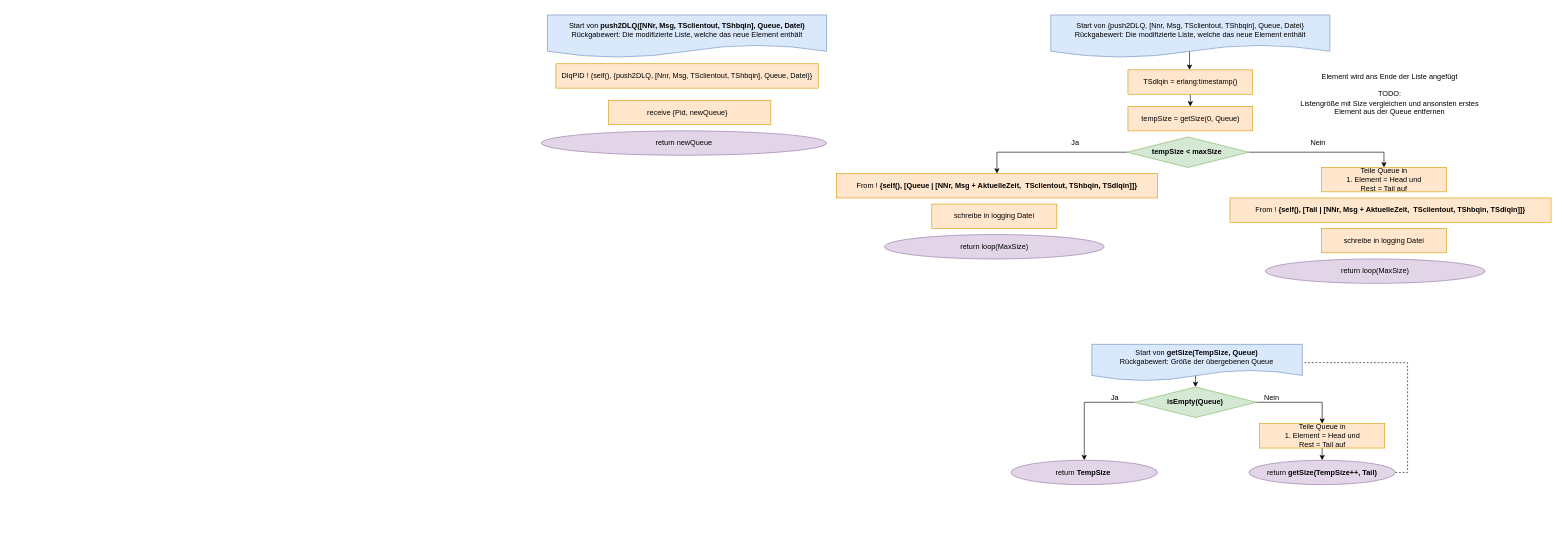
Earlier version of the draw.io diagram Grafiken:Bilder/draw.io/DLQ/4. push2DLQ.drawio (krisschaaf/Hausarbeit_Erlang_Queues). Source tidied: cells renumbered, new cells numbered last; positions are measured from the earlier drawing's top-left corner, leaving out a move shared by most shapes. Both pictures are drawn from the tidied source at 61%, with x=0, y=0 at pixel (541, 15).
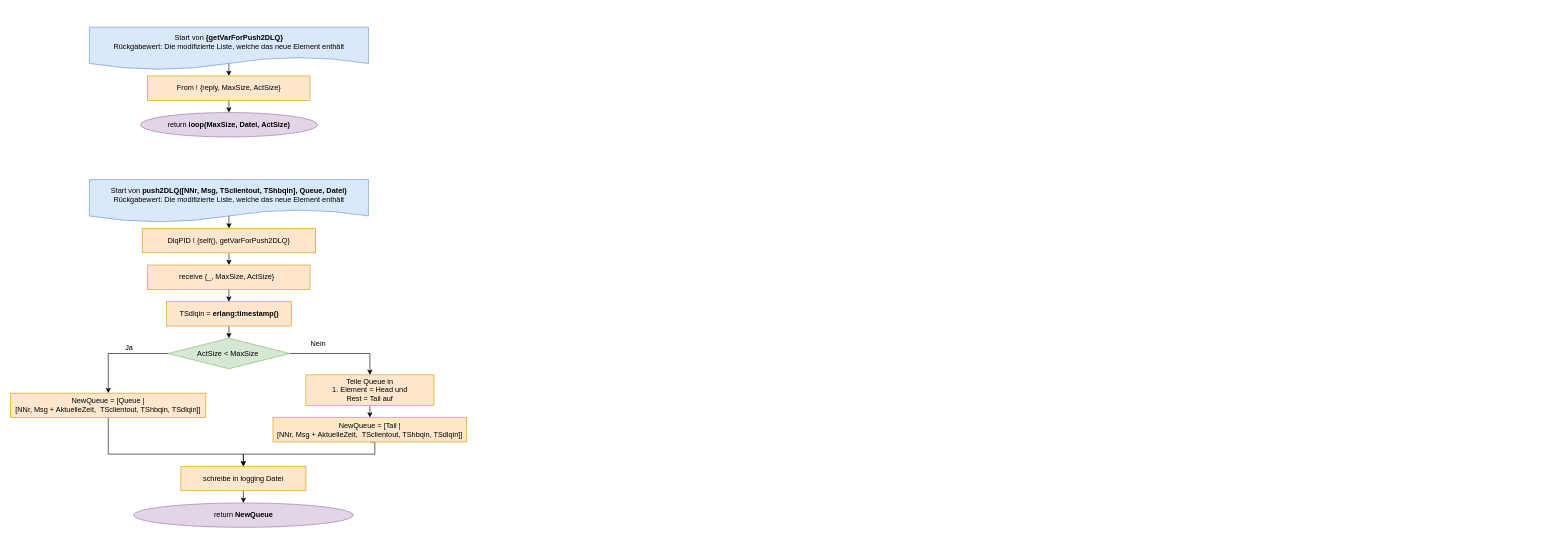
Above is the later version.

Change to the diagram source:
```diff
@@
-    <mxCell id="2" style="edgeStyle=orthogonalEdgeStyle;rounded=0;jettySize=auto;html=1;exitX=0.5;exitY=0;exitDx=0;exitDy=0;" parent="1" edge="1" source="3">
-      <mxGeometry relative="1" as="geometry">
-        <mxPoint x="1062.5" y="90" as="targetPoint" />
-        <Array as="points">
-          <mxPoint x="1062.7" y="10" />
-          <mxPoint x="1062.7" y="10" />
-        </Array>
-      </mxGeometry>
-    </mxCell>
+    <mxCell id="36" style="edgeStyle=orthogonalEdgeStyle;rounded=0;jettySize=auto;html=1;exitX=0.5;exitY=0;exitDx=0;exitDy=0;entryX=0.5;entryY=0;entryDx=0;entryDy=0;" parent="1" edge="1" source="3" target="46">
+      <mxGeometry relative="1" as="geometry">
+        <Array as="points">
+          <mxPoint x="-512" y="30" />
+          <mxPoint x="-512" y="30" />
+        </Array>
+      </mxGeometry>
+    </mxCell>
-    <mxCell id="3" value="Start von {push2DLQ, [Nnr, Msg, TSclientout, TShbqin], Queue, Datei}&lt;br&gt;Rückgabewert: Die modifizierte Liste, welche das neue Element enthält" style="shape=document;whiteSpace=wrap;html=1;boundedLbl=1;fillColor=#dae8fc;strokeColor=#6c8ebf;" parent="1" vertex="1">
-      <mxGeometry x="835.1" width="457.5" height="70" as="geometry" />
+    <mxCell id="3" value="Start von &lt;b&gt;{getVarForPush2DLQ}&lt;/b&gt;&lt;br&gt;Rückgabewert: Die modifizierte Liste, welche das neue Element enthält" style="shape=document;whiteSpace=wrap;html=1;boundedLbl=1;fillColor=#dae8fc;strokeColor=#6c8ebf;" parent="1" vertex="1">
+      <mxGeometry x="-741" y="20" width="457.5" height="70" as="geometry" />
     </mxCell>
-    <mxCell id="4" style="edgeStyle=orthogonalEdgeStyle;rounded=0;jettySize=auto;html=1;exitX=0.5;exitY=1;exitDx=0;exitDy=0;entryX=0.5;entryY=0;entryDx=0;entryDy=0;" parent="1" edge="1" source="5" target="20">
-      <mxGeometry relative="1" as="geometry" />
-    </mxCell>
+    <mxCell id="37" style="edgeStyle=orthogonalEdgeStyle;rounded=0;jettySize=auto;html=1;exitX=0.5;exitY=1;exitDx=0;exitDy=0;entryX=0.5;entryY=0;entryDx=0;entryDy=0;" parent="1" edge="1" source="5" target="24">
+      <mxGeometry relative="1" as="geometry" />
+    </mxCell>
-    <mxCell id="5" value="TSdlqin = erlang:timestamp()" style="rounded=0;whiteSpace=wrap;html=1;fillColor=#ffe6cc;strokeColor=#d79b00;" parent="1" vertex="1">
-      <mxGeometry x="961.6" y="90" width="204.5" height="40" as="geometry" />
+    <mxCell id="5" value="TSdlqin = &lt;b&gt;erlang:timestamp()&lt;/b&gt;" style="rounded=0;whiteSpace=wrap;html=1;fillColor=#ffe6cc;strokeColor=#d79b00;" parent="1" vertex="1">
+      <mxGeometry x="-614.5" y="470" width="204.5" height="40" as="geometry" />
     </mxCell>
-    <mxCell id="6" value="return loop(MaxSize)" style="ellipse;whiteSpace=wrap;html=1;rounded=0;fillColor=#e1d5e7;strokeColor=#9673a6;" parent="1" vertex="1">
-      <mxGeometry x="562.5" y="360" width="360" height="40" as="geometry" />
-    </mxCell>
-    <mxCell id="7" value="Element wird ans Ende der Liste angefügt&amp;nbsp;&lt;br&gt;&lt;br&gt;TODO:&amp;nbsp;&lt;br&gt;Listengröße mit Size vergleichen und ansonsten erstes&amp;nbsp;&lt;br&gt;Element aus der Queue entfernen&amp;nbsp;" style="text;html=1;align=center;verticalAlign=middle;strokeColor=none;fillColor=none;" parent="1" vertex="1">
-      <mxGeometry x="1237" y="90" width="310" height="80" as="geometry" />
-    </mxCell>
-    <mxCell id="8" style="edgeStyle=orthogonalEdgeStyle;rounded=0;jettySize=auto;html=1;exitX=0.5;exitY=1;exitDx=0;exitDy=0;entryX=0.5;entryY=0;entryDx=0;entryDy=0;" parent="1" edge="1" target="11">
-      <mxGeometry relative="1" as="geometry">
-        <mxPoint x="1070.8" y="590" as="sourcePoint" />
-      </mxGeometry>
-    </mxCell>
-    <mxCell id="9" style="edgeStyle=orthogonalEdgeStyle;rounded=0;jettySize=auto;html=1;exitX=1;exitY=0.5;exitDx=0;exitDy=0;entryX=0.5;entryY=0;entryDx=0;entryDy=0;" parent="1" edge="1" source="11" target="14">
-      <mxGeometry relative="1" as="geometry" />
-    </mxCell>
-    <mxCell id="10" style="edgeStyle=orthogonalEdgeStyle;rounded=0;jettySize=auto;html=1;exitX=0;exitY=0.5;exitDx=0;exitDy=0;entryX=0.5;entryY=0;entryDx=0;entryDy=0;" parent="1" edge="1" source="11" target="12">
-      <mxGeometry relative="1" as="geometry" />
-    </mxCell>
-    <mxCell id="11" value="isEmpty(Queue)" style="rhombus;whiteSpace=wrap;html=1;rounded=0;fillColor=#d5e8d4;strokeColor=#82b366;fontStyle=1;" parent="1" vertex="1">
-      <mxGeometry x="972.3" y="610" width="200" height="50" as="geometry" />
-    </mxCell>
-    <mxCell id="12" value="return &lt;b&gt;TempSize&amp;nbsp;&lt;/b&gt;" style="ellipse;whiteSpace=wrap;html=1;rounded=0;fillColor=#e1d5e7;strokeColor=#9673a6;" parent="1" vertex="1">
-      <mxGeometry x="770" y="730" width="240" height="40" as="geometry" />
-    </mxCell>
-    <mxCell id="13" style="edgeStyle=orthogonalEdgeStyle;rounded=0;jettySize=auto;html=1;exitX=0.5;exitY=1;exitDx=0;exitDy=0;entryX=0.5;entryY=0;entryDx=0;entryDy=0;" parent="1" edge="1" source="14" target="16">
-      <mxGeometry relative="1" as="geometry" />
-    </mxCell>
-    <mxCell id="14" value="Teile Queue in&lt;br&gt;1. Element = Head und&lt;br&gt;Rest = Tail auf" style="rounded=0;whiteSpace=wrap;html=1;fillColor=#ffe6cc;strokeColor=#d79b00;" parent="1" vertex="1">
-      <mxGeometry x="1177.5" y="670" width="205" height="40" as="geometry" />
-    </mxCell>
-    <mxCell id="15" style="edgeStyle=orthogonalEdgeStyle;rounded=0;jettySize=auto;html=1;exitX=1;exitY=0.5;exitDx=0;exitDy=0;entryX=1;entryY=0.5;entryDx=0;entryDy=0;dashed=1;endArrow=none;endFill=0;" parent="1" edge="1" source="16" target="19">
-      <mxGeometry relative="1" as="geometry" />
-    </mxCell>
-    <mxCell id="16" value="return &lt;b&gt;getSize(TempSize++, Tail)&lt;/b&gt;" style="ellipse;whiteSpace=wrap;html=1;rounded=0;fillColor=#e1d5e7;strokeColor=#9673a6;" parent="1" vertex="1">
-      <mxGeometry x="1160" y="730" width="240" height="40" as="geometry" />
-    </mxCell>
-    <mxCell id="17" value="Nein" style="text;html=1;align=center;verticalAlign=middle;strokeColor=none;fillColor=none;" parent="1" vertex="1">
-      <mxGeometry x="1177.4" y="618" width="40" height="20" as="geometry" />
-    </mxCell>
-    <mxCell id="18" value="Ja" style="text;html=1;align=center;verticalAlign=middle;strokeColor=none;fillColor=none;" parent="1" vertex="1">
-      <mxGeometry x="925.1" y="618" width="30" height="20" as="geometry" />
-    </mxCell>
-    <mxCell id="19" value="Start von &lt;b&gt;getSize(TempSize, Queue)&lt;/b&gt;&lt;br&gt;Rückgabewert: Größe der übergebenen Queue" style="shape=document;whiteSpace=wrap;html=1;boundedLbl=1;fillColor=#dae8fc;strokeColor=#6c8ebf;" parent="1" vertex="1">
-      <mxGeometry x="902.4" y="540" width="345.1" height="60" as="geometry" />
-    </mxCell>
-    <mxCell id="20" value="tempSize = getSize(0, Queue)" style="rounded=0;whiteSpace=wrap;html=1;fillColor=#ffe6cc;strokeColor=#d79b00;" parent="1" vertex="1">
-      <mxGeometry x="961.6" y="150" width="204.5" height="40" as="geometry" />
-    </mxCell>
+    <mxCell id="38" style="edgeStyle=orthogonalEdgeStyle;rounded=0;jettySize=auto;html=1;exitX=0.5;exitY=1;exitDx=0;exitDy=0;entryX=0.5;entryY=0;entryDx=0;entryDy=0;" parent="1" edge="1" source="21" target="33">
+      <mxGeometry relative="1" as="geometry" />
+    </mxCell>
     <mxCell id="21" value="Teile Queue in&lt;br&gt;1. Element = Head und&lt;br&gt;Rest = Tail auf" style="rounded=0;whiteSpace=wrap;html=1;fillColor=#ffe6cc;strokeColor=#d79b00;" parent="1" vertex="1">
-      <mxGeometry x="1278.8" y="250" width="205" height="40" as="geometry" />
+      <mxGeometry x="-386.1" y="590" width="210" height="50" as="geometry" />
     </mxCell>
@@
-    <mxCell id="24" value="tempSize &amp;lt; maxSize&amp;nbsp;" style="rhombus;whiteSpace=wrap;html=1;rounded=0;fillColor=#d5e8d4;strokeColor=#82b366;fontStyle=1;" parent="1" vertex="1">
-      <mxGeometry x="960" y="200" width="200" height="50" as="geometry" />
+    <mxCell id="24" value="&lt;span style=&quot;font-weight: normal&quot;&gt;ActSize &amp;lt; MaxSize&amp;nbsp;&lt;/span&gt;" style="rhombus;whiteSpace=wrap;html=1;rounded=0;fillColor=#d5e8d4;strokeColor=#82b366;fontStyle=1;" parent="1" vertex="1">
+      <mxGeometry x="-612.2" y="530" width="200" height="50" as="geometry" />
     </mxCell>
     <mxCell id="25" value="Ja" style="text;html=1;align=center;verticalAlign=middle;strokeColor=none;fillColor=none;" parent="1" vertex="1">
-      <mxGeometry x="860" y="200" width="30" height="20" as="geometry" />
+      <mxGeometry x="-691" y="535" width="30" height="20" as="geometry" />
     </mxCell>
     <mxCell id="26" value="Nein" style="text;html=1;align=center;verticalAlign=middle;strokeColor=none;fillColor=none;" parent="1" vertex="1">
-      <mxGeometry x="1252.6" y="200" width="40" height="20" as="geometry" />
+      <mxGeometry x="-386" y="530" width="40" height="20" as="geometry" />
     </mxCell>
+    <mxCell id="39" style="edgeStyle=orthogonalEdgeStyle;rounded=0;jettySize=auto;html=1;exitX=0.5;exitY=1;exitDx=0;exitDy=0;entryX=0.5;entryY=0;entryDx=0;entryDy=0;" parent="1" edge="1" source="27" target="34">
+      <mxGeometry relative="1" as="geometry" />
+    </mxCell>
     <mxCell id="27" value="schreibe in logging Datei" style="rounded=0;whiteSpace=wrap;html=1;fillColor=#ffe6cc;strokeColor=#d79b00;" parent="1" vertex="1">
-      <mxGeometry x="640" y="310" width="205" height="40" as="geometry" />
+      <mxGeometry x="-591" y="740" width="205" height="40" as="geometry" />
     </mxCell>
+    <mxCell id="40" style="edgeStyle=orthogonalEdgeStyle;rounded=0;jettySize=auto;html=1;exitX=0.5;exitY=0;exitDx=0;exitDy=0;entryX=0.5;entryY=0;entryDx=0;entryDy=0;" parent="1" edge="1" source="28" target="29">
+      <mxGeometry relative="1" as="geometry">
+        <Array as="points">
+          <mxPoint x="-512" y="280" />
+          <mxPoint x="-512" y="280" />
+        </Array>
+      </mxGeometry>
+    </mxCell>
     <mxCell id="28" value="Start von &lt;b&gt;push2DLQ([NNr, Msg, TSclientout, TShbqin], Queue, Datei)&lt;/b&gt;&lt;br&gt;Rückgabewert: Die modifizierte Liste, welche das neue Element enthält" style="shape=document;whiteSpace=wrap;html=1;boundedLbl=1;fillColor=#dae8fc;strokeColor=#6c8ebf;" parent="1" vertex="1">
-      <mxGeometry x="10" width="457.5" height="70" as="geometry" />
+      <mxGeometry x="-741" y="270" width="457.5" height="70" as="geometry" />
     </mxCell>
+    <mxCell id="41" style="edgeStyle=orthogonalEdgeStyle;rounded=0;jettySize=auto;html=1;exitX=0.5;exitY=1;exitDx=0;exitDy=0;entryX=0.5;entryY=0;entryDx=0;entryDy=0;" parent="1" edge="1" source="29" target="31">
+      <mxGeometry relative="1" as="geometry" />
+    </mxCell>
-    <mxCell id="29" value="DlqPID ! {self(), {push2DLQ, [Nnr, Msg, TSclientout, TShbqin], Queue, Datei}}" style="rounded=0;whiteSpace=wrap;html=1;fillColor=#ffe6cc;strokeColor=#d79b00;" parent="1" vertex="1">
-      <mxGeometry x="23.8" y="80" width="430" height="40" as="geometry" />
+    <mxCell id="29" value="DlqPID ! {self(), getVarForPush2DLQ}" style="rounded=0;whiteSpace=wrap;html=1;fillColor=#ffe6cc;strokeColor=#d79b00;" parent="1" vertex="1">
+      <mxGeometry x="-654.4" y="350" width="284.4" height="40" as="geometry" />
     </mxCell>
-    <mxCell id="30" value="return newQueue" style="ellipse;whiteSpace=wrap;html=1;rounded=0;fillColor=#e1d5e7;strokeColor=#9673a6;" parent="1" vertex="1">
-      <mxGeometry x="-0.2" y="190" width="467.7" height="40" as="geometry" />
+    <mxCell id="30" value="return &lt;b&gt;loop(MaxSize, Datei, ActSize)&lt;/b&gt;" style="ellipse;whiteSpace=wrap;html=1;rounded=0;fillColor=#e1d5e7;strokeColor=#9673a6;" parent="1" vertex="1">
+      <mxGeometry x="-657.2" y="160" width="290" height="40" as="geometry" />
     </mxCell>
+    <mxCell id="42" style="edgeStyle=orthogonalEdgeStyle;rounded=0;jettySize=auto;html=1;exitX=0.5;exitY=1;exitDx=0;exitDy=0;entryX=0.5;entryY=0;entryDx=0;entryDy=0;" parent="1" edge="1" source="31" target="5">
+      <mxGeometry relative="1" as="geometry" />
+    </mxCell>
-    <mxCell id="31" value="receive {Pid, newQueue}&amp;nbsp;&amp;nbsp;" style="rounded=0;whiteSpace=wrap;html=1;fillColor=#ffe6cc;strokeColor=#d79b00;" parent="1" vertex="1">
-      <mxGeometry x="110" y="140" width="266.2" height="40" as="geometry" />
+    <mxCell id="31" value="receive {_, MaxSize, ActSize}&amp;nbsp;&amp;nbsp;" style="rounded=0;whiteSpace=wrap;html=1;fillColor=#ffe6cc;strokeColor=#d79b00;" parent="1" vertex="1">
+      <mxGeometry x="-645.4" y="410" width="266.2" height="40" as="geometry" />
     </mxCell>
+    <mxCell id="43" style="edgeStyle=orthogonalEdgeStyle;rounded=0;jettySize=auto;html=1;exitX=0.5;exitY=1;exitDx=0;exitDy=0;entryX=0.5;entryY=0;entryDx=0;entryDy=0;" parent="1" edge="1" source="32" target="27">
+      <mxGeometry relative="1" as="geometry">
+        <Array as="points">
+          <mxPoint x="-710" y="720" />
+          <mxPoint x="-488" y="720" />
+        </Array>
+      </mxGeometry>
+    </mxCell>
-    <mxCell id="32" value="From !&lt;b&gt;&amp;nbsp;{self(), [Queue | [NNr, Msg + AktuelleZeit,&amp;nbsp; TSclientout, TShbqin, TSdlqin]]}&lt;/b&gt;" style="rounded=0;whiteSpace=wrap;html=1;fillColor=#ffe6cc;strokeColor=#d79b00;" parent="1" vertex="1">
-      <mxGeometry x="483.6" y="260" width="526.4" height="40" as="geometry" />
+    <mxCell id="32" value="NewQueue =&amp;nbsp;[Queue | &lt;br&gt;[NNr, Msg + AktuelleZeit,&amp;nbsp; TSclientout, TShbqin, TSdlqin]]" style="rounded=0;whiteSpace=wrap;html=1;fillColor=#ffe6cc;strokeColor=#d79b00;" parent="1" vertex="1">
+      <mxGeometry x="-870" y="620" width="320" height="40" as="geometry" />
     </mxCell>
+    <mxCell id="44" style="edgeStyle=orthogonalEdgeStyle;rounded=0;jettySize=auto;html=1;exitX=0.5;exitY=1;exitDx=0;exitDy=0;entryX=0.5;entryY=0;entryDx=0;entryDy=0;" parent="1" edge="1" source="33" target="27">
+      <mxGeometry relative="1" as="geometry">
+        <Array as="points">
+          <mxPoint x="-273" y="720" />
+          <mxPoint x="-488" y="720" />
+        </Array>
+      </mxGeometry>
+    </mxCell>
-    <mxCell id="33" value="From !&lt;b&gt;&amp;nbsp;{self(), [Tail | [NNr, Msg + AktuelleZeit,&amp;nbsp; TSclientout, TShbqin, TSdlqin]]}&lt;/b&gt;" style="rounded=0;whiteSpace=wrap;html=1;fillColor=#ffe6cc;strokeColor=#d79b00;" parent="1" vertex="1">
-      <mxGeometry x="1128.8" y="300" width="526.4" height="40" as="geometry" />
+    <mxCell id="33" value="NewQueue =&amp;nbsp;[Tail | &lt;br&gt;[NNr, Msg + AktuelleZeit,&amp;nbsp; TSclientout, TShbqin, TSdlqin]]" style="rounded=0;whiteSpace=wrap;html=1;fillColor=#ffe6cc;strokeColor=#d79b00;" parent="1" vertex="1">
+      <mxGeometry x="-440" y="660" width="317.7" height="40" as="geometry" />
     </mxCell>
-    <mxCell id="34" value="return loop(MaxSize)" style="ellipse;whiteSpace=wrap;html=1;rounded=0;fillColor=#e1d5e7;strokeColor=#9673a6;" parent="1" vertex="1">
-      <mxGeometry x="1187" y="400" width="360" height="40" as="geometry" />
+    <mxCell id="34" value="return &lt;b&gt;NewQueue&lt;/b&gt;" style="ellipse;whiteSpace=wrap;html=1;rounded=0;fillColor=#e1d5e7;strokeColor=#9673a6;" parent="1" vertex="1">
+      <mxGeometry x="-668.5" y="800" width="360" height="40" as="geometry" />
     </mxCell>
-    <mxCell id="35" value="schreibe in logging Datei" style="rounded=0;whiteSpace=wrap;html=1;fillColor=#ffe6cc;strokeColor=#d79b00;" parent="1" vertex="1">
-      <mxGeometry x="1278.8" y="350" width="205" height="40" as="geometry" />
-    </mxCell>
+    <mxCell id="45" style="edgeStyle=orthogonalEdgeStyle;rounded=0;jettySize=auto;html=1;exitX=0.5;exitY=1;exitDx=0;exitDy=0;entryX=0.5;entryY=0;entryDx=0;entryDy=0;" parent="1" edge="1" source="46" target="30">
+      <mxGeometry relative="1" as="geometry" />
+    </mxCell>
+    <mxCell id="46" value="From ! {reply, MaxSize, ActSize}" style="rounded=0;whiteSpace=wrap;html=1;fillColor=#ffe6cc;strokeColor=#d79b00;" parent="1" vertex="1">
+      <mxGeometry x="-645.4" y="100" width="266.2" height="40" as="geometry" />
+    </mxCell>
```
